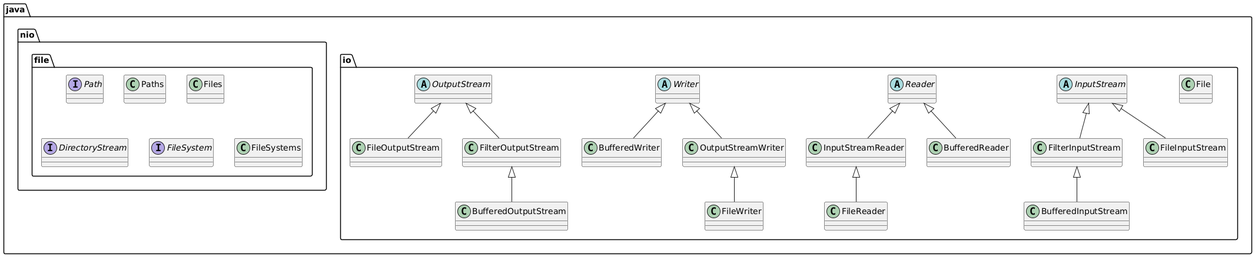
The PlantUML diagram lectures/examples/12-file/doc/file.png in caioamorim7/poo, before a commit.
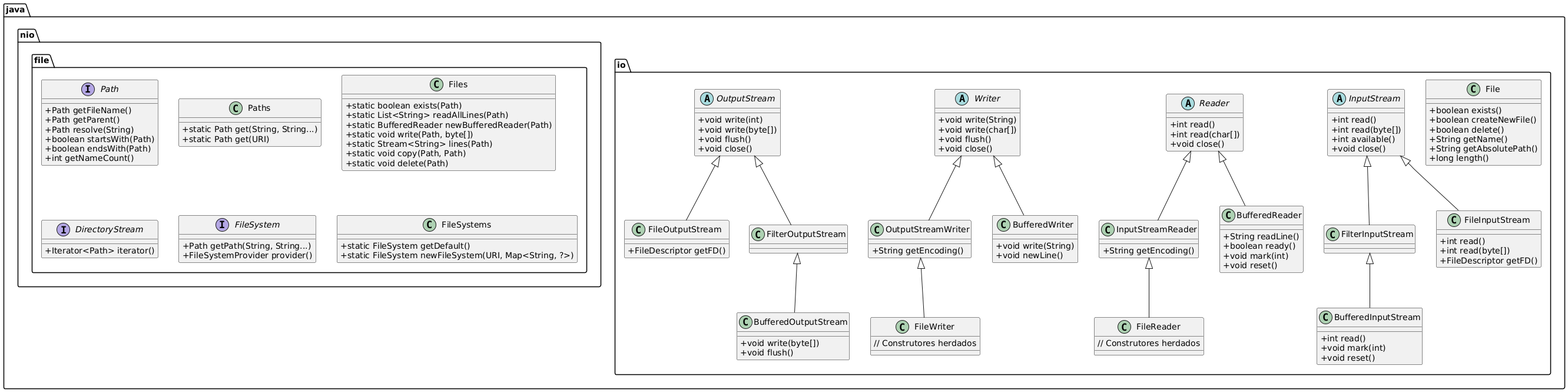
After the commit.

Diff of the diagram source:
```diff
@@ -1,43 +1,137 @@
 @startuml
 skinparam classAttributeIconSize 0
 
-
 package "java.io" {
 
-    class File
+    class File {
+        +boolean exists()
+        +boolean createNewFile()
+        +boolean delete()
+        +String getName()
+        +String getAbsolutePath()
+        +long length()
+    }
 
-    abstract class InputStream
+    abstract class InputStream {
+        +int read()
+        +int read(byte[])
+        +int available()
+        +void close()
+    }
 
     class FilterInputStream extends InputStream
-    class BufferedInputStream extends FilterInputStream
-    class FileInputStream extends InputStream
 
-    abstract class Reader
+    class BufferedInputStream extends FilterInputStream {
+        +int read()
+        +void mark(int)
+        +void reset()
+    }
 
-    class InputStreamReader extends Reader
-    class FileReader extends InputStreamReader
-    class BufferedReader extends Reader
+    class FileInputStream extends InputStream {
+        +int read()
+        +int read(byte[])
+        +FileDescriptor getFD()
+    }
 
-    abstract class Writer
+    abstract class Reader {
+        +int read()
+        +int read(char[])
+        +void close()
+    }
 
-    class BufferedWriter extends Writer
-    class OutputStreamWriter extends Writer
-    class FileWriter extends OutputStreamWriter
+    class InputStreamReader extends Reader {
+        +String getEncoding()
+    }
 
-    abstract class OutputStream
+    class FileReader extends InputStreamReader {
+        // Construtores herdados
+    }
 
-    class FileOutputStream extends OutputStream
+    class BufferedReader extends Reader {
+        +String readLine()
+        +boolean ready()
+        +void mark(int)
+        +void reset()
+    }
+
+    abstract class Writer {
+        +void write(String)
+        +void write(char[])
+        +void flush()
+        +void close()
+    }
+
+    class OutputStreamWriter extends Writer {
+        +String getEncoding()
+    }
+
+    class BufferedWriter extends Writer {
+        +void write(String)
+        +void newLine()
+    }
+
+    class FileWriter extends OutputStreamWriter {
+        // Construtores herdados
+    }
+
+    abstract class OutputStream {
+        +void write(int)
+        +void write(byte[])
+        +void flush()
+        +void close()
+    }
+
+    class FileOutputStream extends OutputStream {
+        +FileDescriptor getFD()
+    }
+
     class FilterOutputStream extends OutputStream
-    class BufferedOutputStream extends FilterOutputStream
+
+    class BufferedOutputStream extends FilterOutputStream {
+        +void write(byte[])
+        +void flush()
+    }
 }
 
 package "java.nio.file" {
-    interface Path
-    class Paths
-    class Files
-    interface DirectoryStream
-    interface FileSystem
-    class FileSystems
+
+    interface Path {
+        +Path getFileName()
+        +Path getParent()
+        +Path resolve(String)
+        +boolean startsWith(Path)
+        +boolean endsWith(Path)
+        +int getNameCount()
+    }
+
+    class Paths {
+        +static Path get(String, String...)
+        +static Path get(URI)
+    }
+
+    class Files {
+        +static boolean exists(Path)
+        +static List<String> readAllLines(Path)
+        +static BufferedReader newBufferedReader(Path)
+        +static void write(Path, byte[])
+        +static Stream<String> lines(Path)
+        +static void copy(Path, Path)
+        +static void delete(Path)
+    }
+
+    interface DirectoryStream {
+        +Iterator<Path> iterator()
+    }
+
+    interface FileSystem {
+        +Path getPath(String, String...)
+        +FileSystemProvider provider()
+    }
+
+    class FileSystems {
+        +static FileSystem getDefault()
+        +static FileSystem newFileSystem(URI, Map<String, ?>)
+    }
 }
 
 @enduml
```
